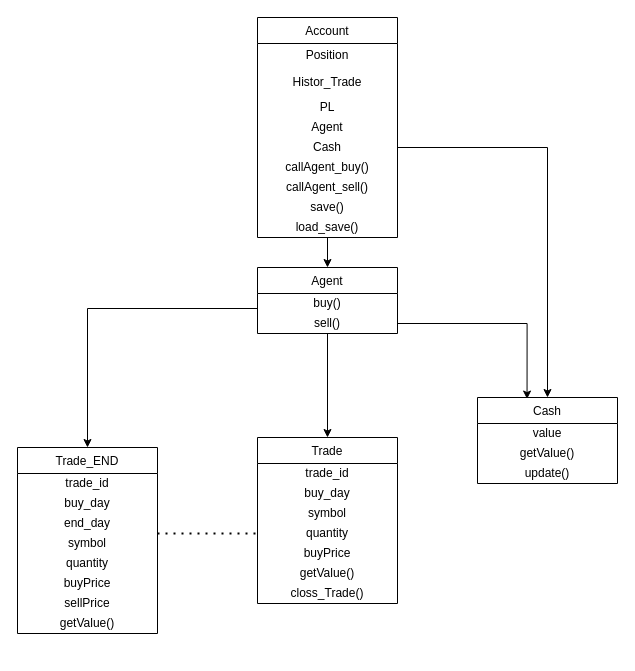
Before: Class_diagrams.drawio in MyName-isHello/stockDashbord, a draw.io diagram. Source tidied: cells renumbered, new cells numbered last; positions are measured from the earlier drawing's top-left corner, leaving out a move shared by most shapes. Both pictures are drawn from the tidied source at 100%, with x=0, y=0 at pixel (17, 17).
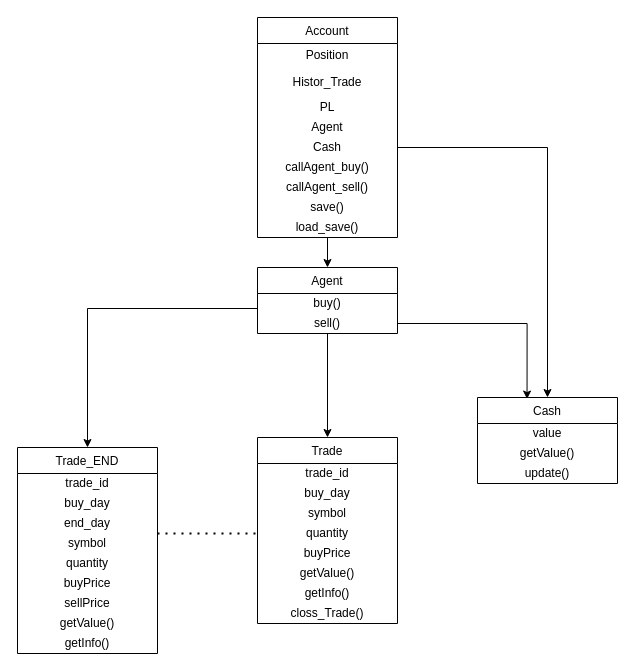
Above is the later version.

Commit message:
all are function getInfo() at Class_diagrame Class Trade and Trade_END

The edit, as a diff of the source:
```diff
@@
     <mxCell id="12" value="Trade" style="swimlane;fontStyle=0;horizontal=1;startSize=26;" parent="1" vertex="1">
-      <mxGeometry x="240" y="420" width="140" height="166" as="geometry" />
+      <mxGeometry x="240" y="420" width="140" height="186" as="geometry" />
     </mxCell>
@@
+    <mxCell id="42" value="getInfo()" style="text;html=1;strokeColor=none;fillColor=none;align=center;verticalAlign=middle;whiteSpace=wrap;rounded=0;" parent="12" vertex="1">
+      <mxGeometry y="146" width="140" height="20" as="geometry" />
+    </mxCell>
     <mxCell id="19" value="closs_Trade()" style="text;html=1;strokeColor=none;fillColor=none;align=center;verticalAlign=middle;whiteSpace=wrap;rounded=0;" parent="12" vertex="1">
-      <mxGeometry y="146" width="140" height="20" as="geometry" />
+      <mxGeometry y="166" width="140" height="20" as="geometry" />
     </mxCell>
@@
     <mxCell id="31" value="Trade_END" style="swimlane;fontStyle=0;horizontal=1;startSize=26;" parent="1" vertex="1">
-      <mxGeometry y="430" width="140" height="186" as="geometry" />
+      <mxGeometry y="430" width="140" height="206" as="geometry" />
     </mxCell>
@@
+    <mxCell id="43" value="getInfo()" style="text;html=1;strokeColor=none;fillColor=none;align=center;verticalAlign=middle;whiteSpace=wrap;rounded=0;" parent="31" vertex="1">
+      <mxGeometry y="186" width="140" height="20" as="geometry" />
+    </mxCell>
```
